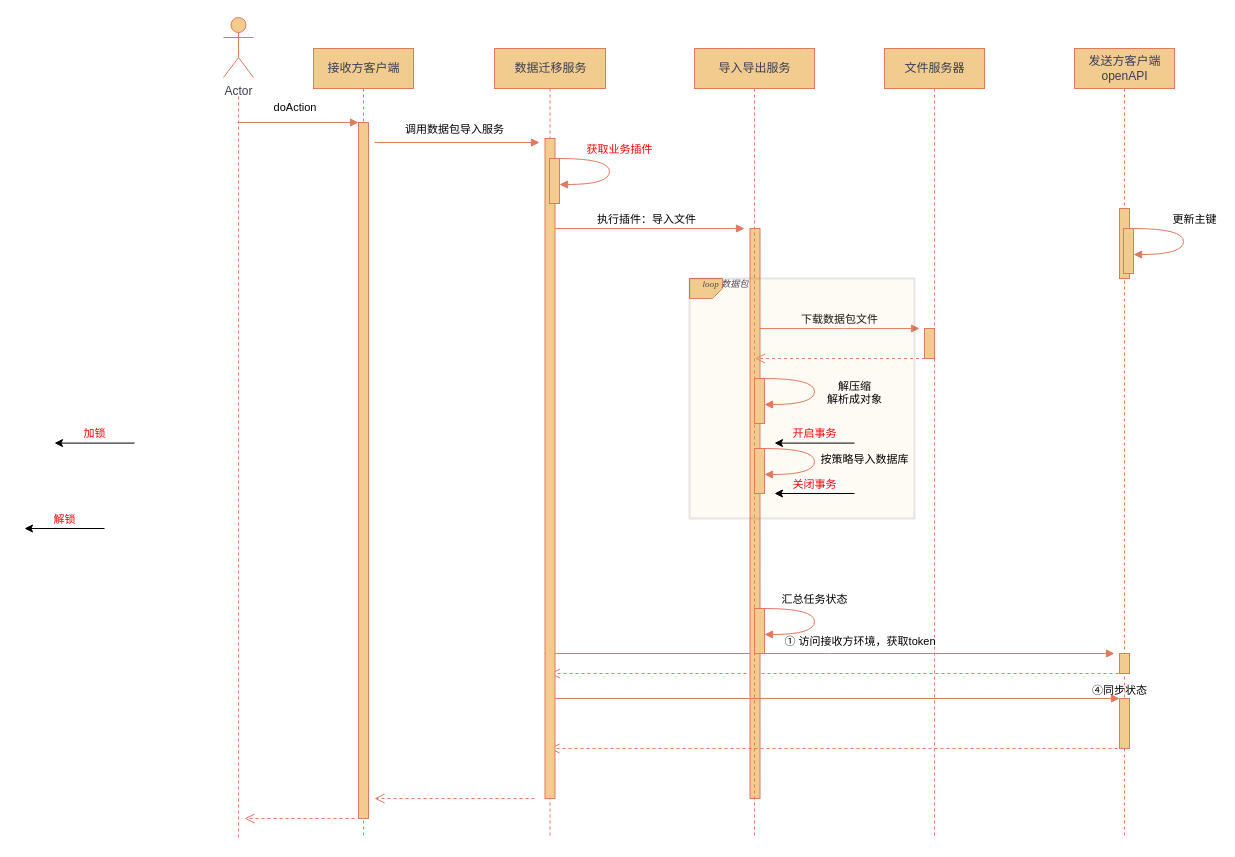
Before: 接收.drawio in typooooohj/PubSub, a draw.io diagram. Source tidied: cells renumbered, new cells numbered last; positions are measured from the earlier drawing's top-left corner, leaving out a move shared by most shapes. Both pictures are drawn from the tidied source at 100%, with x=0, y=0 at pixel (24, 17).
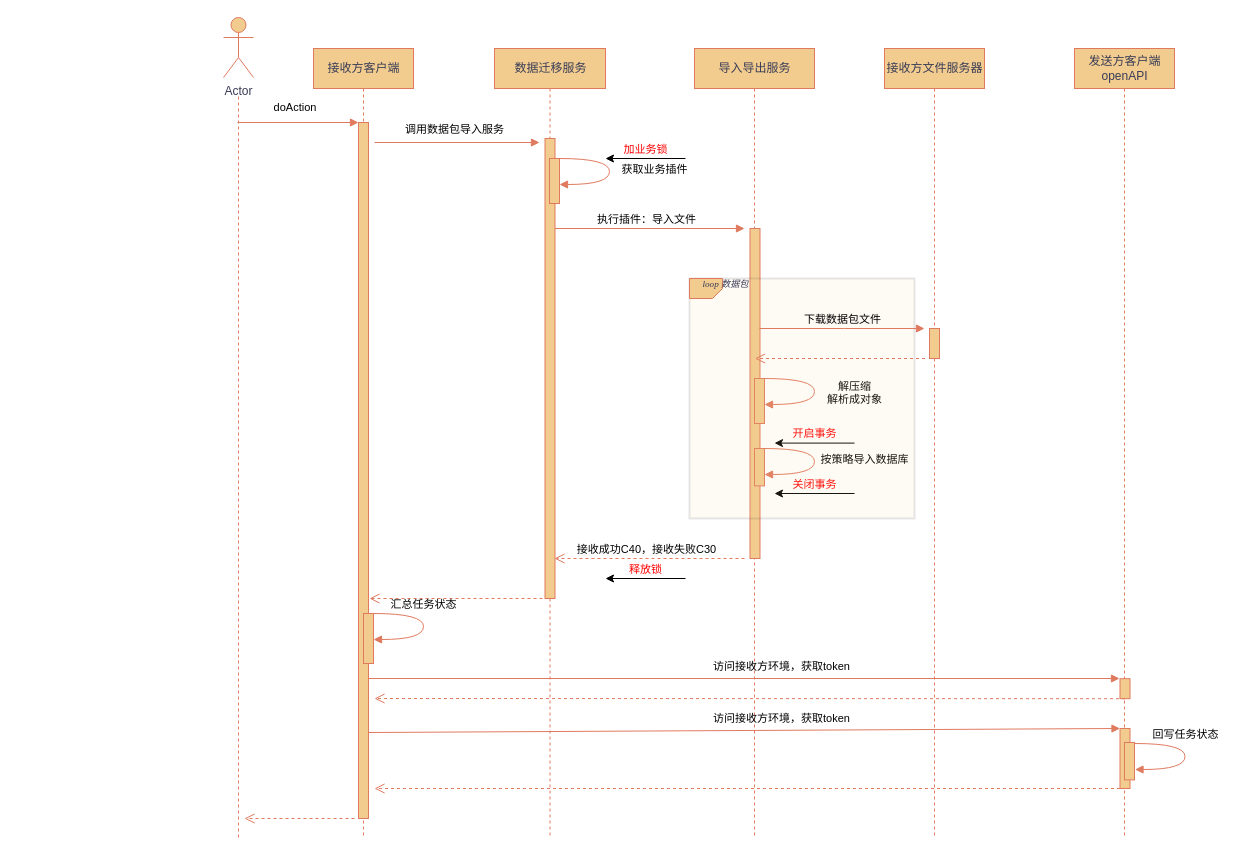
Above is the later version.

Unchanged cells that the change refers to:
```xml
<mxCell id="3" style="html=1;points=[];perimeter=orthogonalPerimeter;outlineConnect=0;targetShapes=umlLifeline;portConstraint=eastwest;newEdgeStyle={&quot;edgeStyle&quot;:&quot;elbowEdgeStyle&quot;,&quot;elbow&quot;:&quot;vertical&quot;,&quot;curved&quot;:0,&quot;rounded&quot;:0};labelBackgroundColor=none;fillColor=#F2CC8F;strokeColor=#E07A5F;fontColor=#393C56;" parent="1" vertex="1">
  <mxGeometry x="334" y="105" width="10" height="696" as="geometry" />
</mxCell>
<mxCell id="11" value="发送方客户端&lt;br&gt;openAPI" style="shape=umlLifeline;perimeter=lifelinePerimeter;html=1;newEdgeStyle={&quot;edgeStyle&quot;:&quot;elbowEdgeStyle&quot;,&quot;elbow&quot;:&quot;vertical&quot;,&quot;curved&quot;:0,&quot;rounded&quot;:0};labelBackgroundColor=none;fillColor=#F2CC8F;strokeColor=#E07A5F;fontColor=#393C56;" parent="1" vertex="1">
  <mxGeometry x="1050" y="31" width="100" height="790" as="geometry" />
</mxCell>
<mxCell id="30" style="group;rotation=90;" parent="1" vertex="1">
  <mxGeometry x="530" y="141" width="60" height="45" as="geometry" />
</mxCell>
```

The edit, as a diff of the source:
```diff
@@
+    <mxCell id="34" value="导入导出服务" style="shape=umlLifeline;perimeter=lifelinePerimeter;html=1;newEdgeStyle={&quot;edgeStyle&quot;:&quot;elbowEdgeStyle&quot;,&quot;elbow&quot;:&quot;vertical&quot;,&quot;curved&quot;:0,&quot;rounded&quot;:0};labelBackgroundColor=none;fillColor=#F2CC8F;strokeColor=#E07A5F;fontColor=#393C56;" parent="1" vertex="1">
+      <mxGeometry x="670" y="31" width="120" height="790" as="geometry" />
+    </mxCell>
@@
-    <mxCell id="8" value="文件服务器" style="shape=umlLifeline;perimeter=lifelinePerimeter;html=1;newEdgeStyle={&quot;edgeStyle&quot;:&quot;elbowEdgeStyle&quot;,&quot;elbow&quot;:&quot;vertical&quot;,&quot;curved&quot;:0,&quot;rounded&quot;:0};labelBackgroundColor=none;fillColor=#F2CC8F;strokeColor=#E07A5F;fontColor=#393C56;" parent="1" vertex="1">
+    <mxCell id="8" value="接收方文件服务器" style="shape=umlLifeline;perimeter=lifelinePerimeter;html=1;newEdgeStyle={&quot;edgeStyle&quot;:&quot;elbowEdgeStyle&quot;,&quot;elbow&quot;:&quot;vertical&quot;,&quot;curved&quot;:0,&quot;rounded&quot;:0};labelBackgroundColor=none;fillColor=#F2CC8F;strokeColor=#E07A5F;fontColor=#393C56;" parent="1" vertex="1">
       <mxGeometry x="860" y="31" width="100" height="790" as="geometry" />
     </mxCell>
-    <mxCell id="9" style="html=1;verticalAlign=bottom;endArrow=open;dashed=1;endSize=8;edgeStyle=elbowEdgeStyle;elbow=vertical;curved=0;rounded=0;labelBackgroundColor=none;strokeColor=#E07A5F;fontColor=default;" parent="1" edge="1">
-      <mxGeometry x="-1" y="397" relative="1" as="geometry">
-        <mxPoint x="510" y="781" as="sourcePoint" />
-        <mxPoint x="350" y="781" as="targetPoint" />
-        <Array as="points">
-          <mxPoint x="435" y="781" />
-        </Array>
-        <mxPoint x="276" y="-111" as="offset" />
-      </mxGeometry>
-    </mxCell>
@@
     <mxCell id="12" style="html=1;perimeter=orthogonalPerimeter;targetShapes=umlLifeline;newEdgeStyle={&quot;edgeStyle&quot;:&quot;elbowEdgeStyle&quot;,&quot;elbow&quot;:&quot;vertical&quot;,&quot;curved&quot;:0,&quot;rounded&quot;:0};labelBackgroundColor=none;fillColor=#F2CC8F;strokeColor=#E07A5F;fontColor=#393C56;" parent="11" vertex="1">
-      <mxGeometry x="45" y="605" width="10" height="20" as="geometry" />
+      <mxGeometry x="45.5" y="630.2" width="10" height="20" as="geometry" />
     </mxCell>
-    <mxCell id="13" style="html=1;perimeter=orthogonalPerimeter;targetShapes=umlLifeline;newEdgeStyle={&quot;edgeStyle&quot;:&quot;elbowEdgeStyle&quot;,&quot;elbow&quot;:&quot;vertical&quot;,&quot;curved&quot;:0,&quot;rounded&quot;:0};labelBackgroundColor=none;fillColor=#F2CC8F;strokeColor=#E07A5F;fontColor=#393C56;" parent="11" vertex="1">
-      <mxGeometry x="45" y="160" width="10" height="70" as="geometry" />
-    </mxCell>
-    <mxCell id="14" value="&amp;nbsp;① 访问接收方环境，获取token" style="html=1;verticalAlign=bottom;endArrow=block;edgeStyle=elbowEdgeStyle;elbow=vertical;curved=0;rounded=0;labelBackgroundColor=none;strokeColor=#E07A5F;fontColor=default;" parent="1" edge="1">
+    <mxCell id="14" value="访问接收方环境，获取token" style="html=1;verticalAlign=bottom;endArrow=block;elbow=vertical;rounded=0;labelBackgroundColor=none;strokeColor=#E07A5F;fontColor=default;" parent="1" edge="1" source="3">
       <mxGeometry x="0.1" y="3" relative="1" as="geometry">
-        <mxPoint x="520" y="636" as="sourcePoint" />
-        <mxPoint x="1090" y="636" as="targetPoint" />
+        <mxPoint x="1095" y="661" as="targetPoint" />
       </mxGeometry>
     </mxCell>
     <mxCell id="15" style="html=1;verticalAlign=bottom;endArrow=open;dashed=1;endSize=8;elbow=vertical;rounded=0;labelBackgroundColor=none;strokeColor=#E07A5F;fontColor=default;" parent="1" edge="1">
       <mxGeometry relative="1" as="geometry">
-        <mxPoint x="1100" y="656" as="sourcePoint" />
-        <mxPoint x="525.5" y="656" as="targetPoint" />
+        <mxPoint x="1100.5" y="681.2" as="sourcePoint" />
+        <mxPoint x="350" y="681" as="targetPoint" />
       </mxGeometry>
     </mxCell>
-    <mxCell id="16" style="group;rotation=90;" parent="1" vertex="1">
-      <mxGeometry x="1099" y="211" width="60" height="45" as="geometry" />
-    </mxCell>
-    <mxCell id="17" style="html=1;perimeter=orthogonalPerimeter;targetShapes=umlLifeline;newEdgeStyle={&quot;edgeStyle&quot;:&quot;elbowEdgeStyle&quot;,&quot;elbow&quot;:&quot;vertical&quot;,&quot;curved&quot;:0,&quot;rounded&quot;:0};labelBackgroundColor=none;fillColor=#F2CC8F;strokeColor=#E07A5F;fontColor=#393C56;" parent="16" vertex="1">
-      <mxGeometry width="10" height="45" as="geometry" />
-    </mxCell>
-    <mxCell id="18" value="更新主键" style="html=1;verticalAlign=bottom;endArrow=block;edgeStyle=orthogonalEdgeStyle;elbow=vertical;curved=1;rounded=0;entryX=1;entryY=0.622;entryDx=0;entryDy=0;entryPerimeter=0;labelBackgroundColor=none;strokeColor=#E07A5F;fontColor=default;" parent="16" edge="1">
-      <mxGeometry x="-0.21" y="11" relative="1" as="geometry">
-        <mxPoint x="10" as="sourcePoint" />
-        <mxPoint x="10" y="26" as="targetPoint" />
-        <Array as="points">
-          <mxPoint x="60" />
-        </Array>
-      </mxGeometry>
-    </mxCell>
     <mxCell id="19" style="html=1;perimeter=orthogonalPerimeter;targetShapes=umlLifeline;newEdgeStyle={&quot;edgeStyle&quot;:&quot;elbowEdgeStyle&quot;,&quot;elbow&quot;:&quot;vertical&quot;,&quot;curved&quot;:0,&quot;rounded&quot;:0};labelBackgroundColor=none;fillColor=#F2CC8F;strokeColor=#E07A5F;fontColor=#393C56;" parent="1" vertex="1">
-      <mxGeometry x="725.5" y="211" width="10" height="570" as="geometry" />
+      <mxGeometry x="725.5" y="211" width="10" height="330" as="geometry" />
     </mxCell>
@@
-    <mxCell id="21" style="html=1;perimeter=orthogonalPerimeter;targetShapes=umlLifeline;newEdgeStyle={&quot;edgeStyle&quot;:&quot;elbowEdgeStyle&quot;,&quot;elbow&quot;:&quot;vertical&quot;,&quot;curved&quot;:0,&quot;rounded&quot;:0};labelBackgroundColor=none;fillColor=#F2CC8F;strokeColor=#E07A5F;fontColor=#393C56;" parent="1" vertex="1">
-      <mxGeometry x="730" y="591" width="10" height="45" as="geometry" />
-    </mxCell>
-    <mxCell id="22" style="group;rotation=90;" parent="1" vertex="1">
-      <mxGeometry x="730" y="591" width="60" height="45" as="geometry" />
-    </mxCell>
-    <mxCell id="23" value="汇总任务状态" style="html=1;verticalAlign=bottom;endArrow=block;edgeStyle=orthogonalEdgeStyle;elbow=vertical;curved=1;rounded=0;entryX=1;entryY=0.622;entryDx=0;entryDy=0;entryPerimeter=0;labelBackgroundColor=none;strokeColor=#E07A5F;fontColor=default;" parent="22" edge="1">
-      <mxGeometry x="-0.21" relative="1" as="geometry">
-        <mxPoint x="10" as="sourcePoint" />
-        <mxPoint x="10" y="26" as="targetPoint" />
-        <Array as="points">
-          <mxPoint x="60" />
-        </Array>
-      </mxGeometry>
-    </mxCell>
-    <mxCell id="24" value="④同步状态" style="html=1;verticalAlign=bottom;endArrow=block;elbow=vertical;rounded=0;labelBackgroundColor=none;strokeColor=#E07A5F;fontColor=default;" parent="1" edge="1" source="27">
-      <mxGeometry x="-0.08" relative="1" as="geometry">
-        <mxPoint x="1095" y="681.5" as="targetPoint" />
-      </mxGeometry>
-    </mxCell>
     <mxCell id="25" style="html=1;verticalAlign=bottom;endArrow=open;dashed=1;endSize=8;elbow=vertical;rounded=0;labelBackgroundColor=none;strokeColor=#E07A5F;fontColor=default;" parent="1" edge="1">
       <mxGeometry relative="1" as="geometry">
-        <mxPoint x="1099" y="731" as="sourcePoint" />
-        <mxPoint x="525" y="731" as="targetPoint" />
+        <mxPoint x="1095.5" y="771" as="sourcePoint" />
+        <mxPoint x="350" y="771" as="targetPoint" />
       </mxGeometry>
     </mxCell>
-    <mxCell id="26" style="html=1;verticalAlign=bottom;endArrow=block;elbow=vertical;rounded=0;labelBackgroundColor=none;strokeColor=#E07A5F;fontColor=default;" parent="1" edge="1" target="27">
-      <mxGeometry x="-0.08" relative="1" as="geometry">
-        <mxPoint x="530" y="681" as="sourcePoint" />
-      </mxGeometry>
-    </mxCell>
     <mxCell id="27" style="html=1;points=[];perimeter=orthogonalPerimeter;outlineConnect=0;targetShapes=umlLifeline;portConstraint=eastwest;newEdgeStyle={&quot;edgeStyle&quot;:&quot;elbowEdgeStyle&quot;,&quot;elbow&quot;:&quot;vertical&quot;,&quot;curved&quot;:0,&quot;rounded&quot;:0};labelBackgroundColor=none;fillColor=#F2CC8F;strokeColor=#E07A5F;fontColor=#393C56;" parent="1" vertex="1">
-      <mxGeometry x="1095" y="681" width="10" height="50" as="geometry" />
+      <mxGeometry x="1095.5" y="711" width="10" height="60" as="geometry" />
     </mxCell>
@@
     <mxCell id="29" style="html=1;perimeter=orthogonalPerimeter;targetShapes=umlLifeline;newEdgeStyle={&quot;edgeStyle&quot;:&quot;elbowEdgeStyle&quot;,&quot;elbow&quot;:&quot;vertical&quot;,&quot;curved&quot;:0,&quot;rounded&quot;:0};labelBackgroundColor=none;fillColor=#F2CC8F;strokeColor=#E07A5F;fontColor=#393C56;" parent="1" vertex="1">
-      <mxGeometry x="520.5" y="121" width="10" height="660" as="geometry" />
+      <mxGeometry x="520.5" y="121" width="10" height="460" as="geometry" />
     </mxCell>
@@
-    <mxCell id="32" value="&lt;font color=&quot;#ff0000&quot;&gt;获取业务插件&lt;/font&gt;" style="html=1;verticalAlign=bottom;endArrow=block;edgeStyle=orthogonalEdgeStyle;elbow=vertical;curved=1;rounded=0;entryX=1;entryY=0.622;entryDx=0;entryDy=0;entryPerimeter=0;labelBackgroundColor=none;strokeColor=#E07A5F;fontColor=default;" parent="30" edge="1">
-      <mxGeometry x="-0.21" y="10" relative="1" as="geometry">
+    <mxCell id="32" value="获取业务插件" style="html=1;verticalAlign=bottom;endArrow=block;edgeStyle=orthogonalEdgeStyle;elbow=vertical;curved=1;rounded=0;entryX=1;entryY=0.622;entryDx=0;entryDy=0;entryPerimeter=0;labelBackgroundColor=none;strokeColor=#E07A5F;fontColor=default;" parent="30" edge="1">
+      <mxGeometry x="0.11" y="45" relative="1" as="geometry">
         <mxPoint x="5" as="sourcePoint" />
         <mxPoint x="5" y="26" as="targetPoint" />
         <Array as="points">
           <mxPoint x="55" />
         </Array>
       </mxGeometry>
     </mxCell>
@@
-    <mxCell id="34" value="导入导出服务" style="shape=umlLifeline;perimeter=lifelinePerimeter;html=1;newEdgeStyle={&quot;edgeStyle&quot;:&quot;elbowEdgeStyle&quot;,&quot;elbow&quot;:&quot;vertical&quot;,&quot;curved&quot;:0,&quot;rounded&quot;:0};labelBackgroundColor=none;fillColor=#F2CC8F;strokeColor=#E07A5F;fontColor=#393C56;" parent="1" vertex="1">
-      <mxGeometry x="670" y="31" width="120" height="790" as="geometry" />
-    </mxCell>
-    <mxCell id="35" style="html=1;perimeter=orthogonalPerimeter;targetShapes=umlLifeline;newEdgeStyle={&quot;edgeStyle&quot;:&quot;elbowEdgeStyle&quot;,&quot;elbow&quot;:&quot;vertical&quot;,&quot;curved&quot;:0,&quot;rounded&quot;:0};labelBackgroundColor=none;fillColor=#F2CC8F;strokeColor=#E07A5F;fontColor=#393C56;" parent="34" vertex="1">
-      <mxGeometry x="230" y="280" width="10" height="30" as="geometry" />
-    </mxCell>
-    <mxCell id="36" value="下载数据包文件" style="html=1;verticalAlign=bottom;endArrow=block;edgeStyle=elbowEdgeStyle;elbow=vertical;curved=0;rounded=0;labelBackgroundColor=none;strokeColor=#E07A5F;fontColor=default;" parent="34" edge="1">
-      <mxGeometry relative="1" as="geometry">
-        <mxPoint x="65" y="280" as="sourcePoint" />
-        <mxPoint x="225" y="280" as="targetPoint" />
-        <Array as="points">
-          <mxPoint x="150" y="280" />
-        </Array>
-      </mxGeometry>
-    </mxCell>
-    <mxCell id="37" style="html=1;verticalAlign=bottom;endArrow=open;dashed=1;endSize=8;edgeStyle=elbowEdgeStyle;elbow=vertical;curved=0;rounded=0;labelBackgroundColor=none;strokeColor=#E07A5F;fontColor=default;" parent="34" edge="1">
-      <mxGeometry relative="1" as="geometry">
-        <mxPoint x="230.5" y="310" as="sourcePoint" />
-        <mxPoint x="60.5" y="310" as="targetPoint" />
-      </mxGeometry>
-    </mxCell>
-    <mxCell id="38" style="shape=card;whiteSpace=wrap;html=1;rotation=-180;size=10;fillColor=#F2CC8F;strokeColor=#E07A5F;labelBackgroundColor=none;fontColor=#393C56;" parent="34" vertex="1">
-      <mxGeometry x="-5" y="230" width="33" height="20" as="geometry" />
-    </mxCell>
-    <mxCell id="39" value="&lt;pre&gt;&lt;font face=&quot;Times New Roman&quot; style=&quot;font-size: 11px;&quot;&gt;&lt;sub style=&quot;font-weight: normal;&quot;&gt;&lt;i&gt;loop 数据包&lt;/i&gt;&lt;/sub&gt;&lt;/font&gt;&lt;/pre&gt;" style="text;strokeColor=none;fillColor=none;html=1;fontSize=24;fontStyle=1;verticalAlign=middle;align=center;fontColor=#393C56;" parent="34" vertex="1">
-      <mxGeometry x="16" y="225" width="30" height="10" as="geometry" />
-    </mxCell>
-    <mxCell id="40" style="rounded=0;whiteSpace=wrap;html=1;strokeColor=#1A1A1A;fontColor=#393C56;fillColor=#F2CC8F;opacity=10;strokeWidth=2;" parent="34" vertex="1">
-      <mxGeometry x="-5" y="230" width="225" height="240" as="geometry" />
-    </mxCell>
-    <mxCell id="41" style="html=1;perimeter=orthogonalPerimeter;targetShapes=umlLifeline;newEdgeStyle={&quot;edgeStyle&quot;:&quot;elbowEdgeStyle&quot;,&quot;elbow&quot;:&quot;vertical&quot;,&quot;curved&quot;:0,&quot;rounded&quot;:0};labelBackgroundColor=none;fillColor=#F2CC8F;strokeColor=#E07A5F;fontColor=#393C56;" parent="34" vertex="1">
-      <mxGeometry x="60" y="400" width="10" height="45" as="geometry" />
-    </mxCell>
@@
     <mxCell id="48" style="endArrow=none;html=1;rounded=0;startArrow=classic;startFill=1;endFill=0;" parent="1" edge="1">
       <mxGeometry relative="1" as="geometry">
-        <mxPoint x="30" y="425.6" as="sourcePoint" />
-        <mxPoint x="110" y="425.6" as="targetPoint" />
+        <mxPoint x="581" y="141" as="sourcePoint" />
+        <mxPoint x="661" y="141" as="targetPoint" />
       </mxGeometry>
     </mxCell>
-    <mxCell id="49" value="&lt;font color=&quot;#ff0000&quot;&gt;加锁&lt;/font&gt;" style="edgeLabel;html=1;align=center;verticalAlign=middle;" parent="48" vertex="1">
+    <mxCell id="49" value="&lt;font color=&quot;#ff0000&quot;&gt;加业务锁&lt;/font&gt;" style="edgeLabel;html=1;align=center;verticalAlign=middle;" parent="48" vertex="1">
       <mxGeometry x="-0.02" y="-4" relative="1" as="geometry">
         <mxPoint y="-14" as="offset" />
       </mxGeometry>
     </mxCell>
     <mxCell id="50" style="endArrow=none;html=1;rounded=0;startArrow=classic;startFill=1;endFill=0;" parent="1" edge="1">
       <mxGeometry relative="1" as="geometry">
-        <mxPoint y="511" as="sourcePoint" />
-        <mxPoint x="80" y="511" as="targetPoint" />
+        <mxPoint x="581" y="561" as="sourcePoint" />
+        <mxPoint x="661" y="561" as="targetPoint" />
       </mxGeometry>
     </mxCell>
-    <mxCell id="51" value="&lt;font color=&quot;#ff0000&quot;&gt;解锁&lt;/font&gt;" style="edgeLabel;html=1;align=center;verticalAlign=middle;" parent="50" vertex="1">
+    <mxCell id="51" value="&lt;font color=&quot;#ff0000&quot;&gt;释放锁&lt;/font&gt;" style="edgeLabel;html=1;align=center;verticalAlign=middle;" parent="50" vertex="1">
       <mxGeometry x="-0.02" y="-4" relative="1" as="geometry">
         <mxPoint y="-14" as="offset" />
       </mxGeometry>
     </mxCell>
@@
+    <mxCell id="54" style="html=1;verticalAlign=bottom;endArrow=open;dashed=1;endSize=8;edgeStyle=elbowEdgeStyle;elbow=vertical;curved=0;rounded=0;labelBackgroundColor=none;strokeColor=#E07A5F;fontColor=default;" parent="1" edge="1">
+      <mxGeometry x="-1" y="397" relative="1" as="geometry">
+        <mxPoint x="720" y="541" as="sourcePoint" />
+        <mxPoint x="530" y="541" as="targetPoint" />
+        <Array as="points">
+          <mxPoint x="645" y="541" />
+        </Array>
+        <mxPoint x="276" y="-111" as="offset" />
+      </mxGeometry>
+    </mxCell>
+    <mxCell id="55" value="接收成功C40，接收失败C30" style="edgeLabel;html=1;align=center;verticalAlign=middle;" parent="54" vertex="1">
+      <mxGeometry x="-0.05" y="-2" relative="1" as="geometry">
+        <mxPoint x="-9" y="-8" as="offset" />
+      </mxGeometry>
+    </mxCell>
+    <mxCell id="56" style="html=1;verticalAlign=bottom;endArrow=open;dashed=1;endSize=8;edgeStyle=elbowEdgeStyle;elbow=vertical;curved=0;rounded=0;labelBackgroundColor=none;strokeColor=#E07A5F;fontColor=default;" parent="1" edge="1">
+      <mxGeometry x="-1" y="397" relative="1" as="geometry">
+        <mxPoint x="524" y="581" as="sourcePoint" />
+        <mxPoint x="345" y="581" as="targetPoint" />
+        <Array as="points">
+          <mxPoint x="447.5" y="581" />
+        </Array>
+        <mxPoint x="276" y="-111" as="offset" />
+      </mxGeometry>
+    </mxCell>
+    <mxCell id="57" style="html=1;perimeter=orthogonalPerimeter;targetShapes=umlLifeline;newEdgeStyle={&quot;edgeStyle&quot;:&quot;elbowEdgeStyle&quot;,&quot;elbow&quot;:&quot;vertical&quot;,&quot;curved&quot;:0,&quot;rounded&quot;:0};labelBackgroundColor=none;fillColor=#F2CC8F;strokeColor=#E07A5F;fontColor=#393C56;" parent="1" vertex="1">
+      <mxGeometry x="339" y="596" width="10" height="50" as="geometry" />
+    </mxCell>
+    <mxCell id="58" style="group;rotation=90;" parent="1" vertex="1">
+      <mxGeometry x="344" y="596" width="60" height="45" as="geometry" />
+    </mxCell>
+    <mxCell id="23" value="汇总任务状态" style="html=1;verticalAlign=bottom;endArrow=block;edgeStyle=orthogonalEdgeStyle;elbow=vertical;curved=1;rounded=0;entryX=1;entryY=0.622;entryDx=0;entryDy=0;entryPerimeter=0;labelBackgroundColor=none;strokeColor=#E07A5F;fontColor=default;" parent="58" edge="1">
+      <mxGeometry x="-0.21" relative="1" as="geometry">
+        <mxPoint x="5" as="sourcePoint" />
+        <mxPoint x="5" y="26" as="targetPoint" />
+        <Array as="points">
+          <mxPoint x="55" />
+        </Array>
+      </mxGeometry>
+    </mxCell>
+    <mxCell id="59" style="html=1;perimeter=orthogonalPerimeter;targetShapes=umlLifeline;newEdgeStyle={&quot;edgeStyle&quot;:&quot;elbowEdgeStyle&quot;,&quot;elbow&quot;:&quot;vertical&quot;,&quot;curved&quot;:0,&quot;rounded&quot;:0};labelBackgroundColor=none;fillColor=#F2CC8F;strokeColor=#E07A5F;fontColor=#393C56;" parent="1" vertex="1">
+      <mxGeometry x="1100" y="725" width="10" height="37.4" as="geometry" />
+    </mxCell>
+    <mxCell id="60" style="group;rotation=90;" parent="1" vertex="1">
+      <mxGeometry x="1105.5" y="726" width="60" height="45" as="geometry" />
+    </mxCell>
+    <mxCell id="61" value="回写任务状态" style="html=1;verticalAlign=bottom;endArrow=block;edgeStyle=orthogonalEdgeStyle;elbow=vertical;curved=1;rounded=0;entryX=1;entryY=0.622;entryDx=0;entryDy=0;entryPerimeter=0;labelBackgroundColor=none;strokeColor=#E07A5F;fontColor=default;" parent="60" edge="1">
+      <mxGeometry x="-0.21" relative="1" as="geometry">
+        <mxPoint x="5" as="sourcePoint" />
+        <mxPoint x="5" y="26" as="targetPoint" />
+        <Array as="points">
+          <mxPoint x="55" />
+        </Array>
+      </mxGeometry>
+    </mxCell>
+    <mxCell id="62" style="html=1;perimeter=orthogonalPerimeter;targetShapes=umlLifeline;newEdgeStyle={&quot;edgeStyle&quot;:&quot;elbowEdgeStyle&quot;,&quot;elbow&quot;:&quot;vertical&quot;,&quot;curved&quot;:0,&quot;rounded&quot;:0};labelBackgroundColor=none;fillColor=#F2CC8F;strokeColor=#E07A5F;fontColor=#393C56;" parent="1" vertex="1">
+      <mxGeometry x="730" y="431" width="10" height="37.4" as="geometry" />
+    </mxCell>
+    <mxCell id="40" style="rounded=0;whiteSpace=wrap;html=1;strokeColor=#1A1A1A;fontColor=#393C56;fillColor=#F2CC8F;opacity=10;strokeWidth=2;" parent="1" vertex="1">
+      <mxGeometry x="665" y="261" width="225" height="240" as="geometry" />
+    </mxCell>
+    <mxCell id="35" style="html=1;perimeter=orthogonalPerimeter;targetShapes=umlLifeline;newEdgeStyle={&quot;edgeStyle&quot;:&quot;elbowEdgeStyle&quot;,&quot;elbow&quot;:&quot;vertical&quot;,&quot;curved&quot;:0,&quot;rounded&quot;:0};labelBackgroundColor=none;fillColor=#F2CC8F;strokeColor=#E07A5F;fontColor=#393C56;" parent="1" vertex="1">
+      <mxGeometry x="905" y="311" width="10" height="30" as="geometry" />
+    </mxCell>
+    <mxCell id="36" value="下载数据包文件" style="html=1;verticalAlign=bottom;endArrow=block;edgeStyle=elbowEdgeStyle;elbow=vertical;curved=0;rounded=0;labelBackgroundColor=none;strokeColor=#E07A5F;fontColor=default;" parent="1" edge="1">
+      <mxGeometry relative="1" as="geometry">
+        <mxPoint x="735" y="311" as="sourcePoint" />
+        <mxPoint x="900" y="311" as="targetPoint" />
+        <Array as="points">
+          <mxPoint x="820" y="311" />
+        </Array>
+      </mxGeometry>
+    </mxCell>
+    <mxCell id="37" style="html=1;verticalAlign=bottom;endArrow=open;dashed=1;endSize=8;edgeStyle=elbowEdgeStyle;elbow=vertical;curved=0;rounded=0;labelBackgroundColor=none;strokeColor=#E07A5F;fontColor=default;" parent="1" edge="1">
+      <mxGeometry relative="1" as="geometry">
+        <mxPoint x="900.5" y="341" as="sourcePoint" />
+        <mxPoint x="730.5" y="341" as="targetPoint" />
+      </mxGeometry>
+    </mxCell>
+    <mxCell id="38" style="shape=card;whiteSpace=wrap;html=1;rotation=-180;size=10;fillColor=#F2CC8F;strokeColor=#E07A5F;labelBackgroundColor=none;fontColor=#393C56;" parent="1" vertex="1">
+      <mxGeometry x="665" y="261" width="33" height="20" as="geometry" />
+    </mxCell>
+    <mxCell id="39" value="&lt;pre&gt;&lt;font face=&quot;Times New Roman&quot; style=&quot;font-size: 11px;&quot;&gt;&lt;sub style=&quot;font-weight: normal;&quot;&gt;&lt;i&gt;loop 数据包&lt;/i&gt;&lt;/sub&gt;&lt;/font&gt;&lt;/pre&gt;" style="text;strokeColor=none;fillColor=none;html=1;fontSize=24;fontStyle=1;verticalAlign=middle;align=center;fontColor=#393C56;" parent="1" vertex="1">
+      <mxGeometry x="686" y="256" width="30" height="10" as="geometry" />
+    </mxCell>
+    <mxCell id="63" value="访问接收方环境，获取token" style="html=1;verticalAlign=bottom;endArrow=block;elbow=vertical;rounded=0;labelBackgroundColor=none;strokeColor=#E07A5F;fontColor=default;" parent="1" edge="1">
+      <mxGeometry x="0.1" y="3" relative="1" as="geometry">
+        <mxPoint x="344" y="715" as="sourcePoint" />
+        <mxPoint x="1095.5" y="711" as="targetPoint" />
+      </mxGeometry>
+    </mxCell>
```
